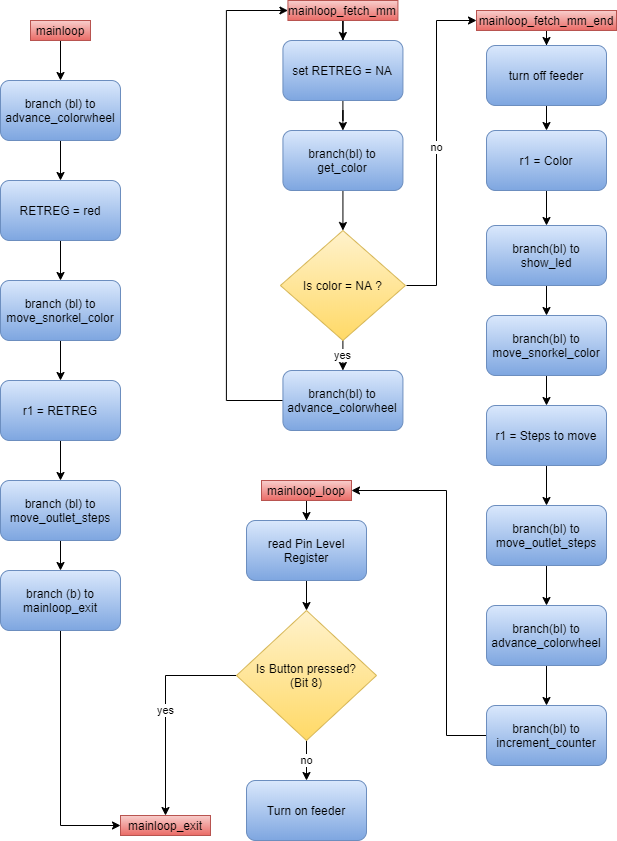
Earlier version of the draw.io export diagrams/export/Programmablauf_mainloop.png (DerToaster98/SysProgTIT18). Source tidied: cells renumbered, new cells last; positions are measured from the earlier drawing's top-left corner, leaving out a move shared by most shapes.
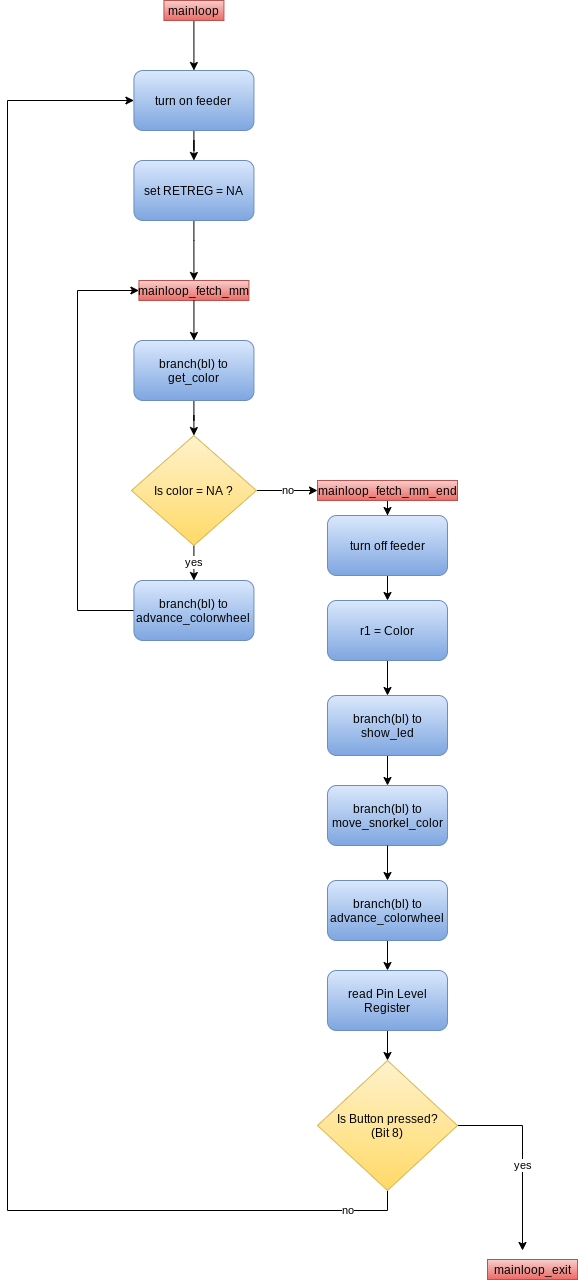
The same file after the commit.

The edit, as a diff of the source:
```diff
@@ -2,114 +2,69 @@
   <root>
     <mxCell id="0" />
     <mxCell id="1" parent="0" />
-    <mxCell id="2" style="edgeStyle=orthogonalEdgeStyle;rounded=0;jettySize=auto;html=1;exitX=0.5;exitY=1;exitDx=0;exitDy=0;" parent="1" edge="1" source="15" target="4">
-      <mxGeometry relative="1" as="geometry" />
+    <mxCell id="2" style="edgeStyle=orthogonalEdgeStyle;rounded=0;jettySize=auto;html=1;exitX=0.5;exitY=1;exitDx=0;exitDy=0;entryX=0.5;entryY=0;entryDx=0;entryDy=0;" parent="1" edge="1" source="15" target="55">
+      <mxGeometry relative="1" as="geometry">
+        <Array as="points">
+          <mxPoint x="342.4" y="-140" />
+          <mxPoint x="342.4" y="-140" />
+        </Array>
+      </mxGeometry>
     </mxCell>
-    <mxCell id="3" style="edgeStyle=orthogonalEdgeStyle;rounded=0;jettySize=auto;html=1;" parent="1" edge="1" source="4" target="6">
-      <mxGeometry relative="1" as="geometry" />
-    </mxCell>
-    <mxCell id="4" value="branch (bl) to advance_colorwheel" style="rounded=1;whiteSpace=wrap;html=1;fillColor=#dae8fc;strokeColor=#6c8ebf;gradientColor=#7ea6e0;" parent="1" vertex="1">
-      <mxGeometry y="80" width="120" height="60" as="geometry" />
-    </mxCell>
-    <mxCell id="5" style="edgeStyle=orthogonalEdgeStyle;rounded=0;jettySize=auto;html=1;" parent="1" edge="1" source="6" target="8">
-      <mxGeometry relative="1" as="geometry" />
-    </mxCell>
-    <mxCell id="6" value="RETREG = red" style="rounded=1;whiteSpace=wrap;html=1;fillColor=#dae8fc;strokeColor=#6c8ebf;gradientColor=#7ea6e0;" parent="1" vertex="1">
-      <mxGeometry y="180" width="120" height="60" as="geometry" />
-    </mxCell>
-    <mxCell id="7" style="edgeStyle=orthogonalEdgeStyle;rounded=0;jettySize=auto;html=1;" parent="1" edge="1" source="8" target="10">
-      <mxGeometry relative="1" as="geometry" />
-    </mxCell>
-    <mxCell id="8" value="branch (bl) to&lt;br&gt;move_snorkel_color" style="rounded=1;whiteSpace=wrap;html=1;fillColor=#dae8fc;strokeColor=#6c8ebf;gradientColor=#7ea6e0;" parent="1" vertex="1">
-      <mxGeometry y="280" width="120" height="60" as="geometry" />
-    </mxCell>
-    <mxCell id="9" style="edgeStyle=orthogonalEdgeStyle;rounded=0;jettySize=auto;html=1;" parent="1" edge="1" source="10" target="12">
-      <mxGeometry relative="1" as="geometry" />
-    </mxCell>
-    <mxCell id="10" value="r1 = RETREG" style="rounded=1;whiteSpace=wrap;html=1;fillColor=#dae8fc;strokeColor=#6c8ebf;gradientColor=#7ea6e0;" parent="1" vertex="1">
-      <mxGeometry y="380" width="120" height="60" as="geometry" />
-    </mxCell>
-    <mxCell id="11" style="edgeStyle=orthogonalEdgeStyle;rounded=0;jettySize=auto;html=1;" parent="1" edge="1" source="12" target="14">
-      <mxGeometry relative="1" as="geometry" />
-    </mxCell>
-    <mxCell id="12" value="branch (bl) to move_outlet_steps" style="rounded=1;whiteSpace=wrap;html=1;fillColor=#dae8fc;strokeColor=#6c8ebf;gradientColor=#7ea6e0;" parent="1" vertex="1">
-      <mxGeometry y="480" width="120" height="60" as="geometry" />
-    </mxCell>
-    <mxCell id="13" style="edgeStyle=orthogonalEdgeStyle;rounded=0;jettySize=auto;html=1;entryX=0;entryY=0.5;entryDx=0;entryDy=0;" parent="1" edge="1" source="14" target="53">
-      <mxGeometry relative="1" as="geometry" />
-    </mxCell>
-    <mxCell id="14" value="branch (b) to mainloop_exit" style="rounded=1;whiteSpace=wrap;html=1;fillColor=#dae8fc;strokeColor=#6c8ebf;gradientColor=#7ea6e0;" parent="1" vertex="1">
-      <mxGeometry y="570" width="120" height="60" as="geometry" />
-    </mxCell>
     <mxCell id="15" value="mainloop" style="text;html=1;strokeColor=#b85450;fillColor=#f8cecc;align=center;verticalAlign=middle;whiteSpace=wrap;rounded=0;gradientColor=#ea6b66;" parent="1" vertex="1">
-      <mxGeometry x="30" y="20" width="60" height="20" as="geometry" />
+      <mxGeometry x="312.4" y="-210" width="60" height="20" as="geometry" />
     </mxCell>
-    <mxCell id="16" style="edgeStyle=orthogonalEdgeStyle;rounded=0;jettySize=auto;html=1;" parent="1" edge="1" source="17" target="19">
-      <mxGeometry relative="1" as="geometry" />
-    </mxCell>
-    <mxCell id="17" value="mainloop_loop" style="text;html=1;strokeColor=#b85450;fillColor=#f8cecc;align=center;verticalAlign=middle;whiteSpace=wrap;rounded=0;gradientColor=#ea6b66;" parent="1" vertex="1">
-      <mxGeometry x="261" y="480" width="90" height="20" as="geometry" />
-    </mxCell>
     <mxCell id="18" style="edgeStyle=orthogonalEdgeStyle;rounded=0;jettySize=auto;html=1;" parent="1" edge="1" source="19" target="22">
       <mxGeometry relative="1" as="geometry" />
     </mxCell>
     <mxCell id="19" value="read Pin Level Register" style="rounded=1;whiteSpace=wrap;html=1;gradientColor=#7ea6e0;fillColor=#dae8fc;strokeColor=#6c8ebf;" parent="1" vertex="1">
-      <mxGeometry x="246" y="520" width="120" height="60" as="geometry" />
+      <mxGeometry x="476" y="760" width="120" height="60" as="geometry" />
     </mxCell>
-    <mxCell id="20" value="no" style="edgeStyle=orthogonalEdgeStyle;rounded=0;jettySize=auto;html=1;" parent="1" edge="1" source="22" target="23">
-      <mxGeometry relative="1" as="geometry" />
+    <mxCell id="20" value="no" style="edgeStyle=orthogonalEdgeStyle;rounded=0;jettySize=auto;html=1;entryX=0;entryY=0.5;entryDx=0;entryDy=0;" parent="1" edge="1" source="22" target="55">
+      <mxGeometry x="-0.93" relative="1" as="geometry">
+        <Array as="points">
+          <mxPoint x="536" y="1000" />
+          <mxPoint x="156" y="1000" />
+          <mxPoint x="156" y="-110" />
+        </Array>
+      </mxGeometry>
     </mxCell>
-    <mxCell id="21" value="yes" style="edgeStyle=orthogonalEdgeStyle;rounded=0;jettySize=auto;html=1;entryX=0.5;entryY=0;entryDx=0;entryDy=0;" parent="1" edge="1" source="22" target="53">
-      <mxGeometry relative="1" as="geometry">
+    <mxCell id="21" value="yes" style="edgeStyle=orthogonalEdgeStyle;rounded=0;jettySize=auto;html=1;entryX=0.5;entryY=0;entryDx=0;entryDy=0;exitX=1;exitY=0.5;exitDx=0;exitDy=0;" parent="1" edge="1" source="22">
+      <mxGeometry x="0.11" relative="1" as="geometry">
+        <mxPoint x="671" y="1040" as="targetPoint" />
         <Array as="points">
-          <mxPoint x="165" y="675" />
+          <mxPoint x="671" y="915" />
         </Array>
       </mxGeometry>
     </mxCell>
     <mxCell id="22" value="Is Button pressed?&lt;br&gt;(Bit 8)" style="rhombus;whiteSpace=wrap;html=1;gradientColor=#ffd966;fillColor=#fff2cc;strokeColor=#d6b656;" parent="1" vertex="1">
-      <mxGeometry x="236" y="610" width="140" height="130" as="geometry" />
+      <mxGeometry x="466" y="850" width="140" height="130" as="geometry" />
     </mxCell>
-    <mxCell id="23" value="Turn on feeder" style="rounded=1;whiteSpace=wrap;html=1;gradientColor=#7ea6e0;fillColor=#dae8fc;strokeColor=#6c8ebf;" parent="1" vertex="1">
-      <mxGeometry x="246" y="780" width="120" height="60" as="geometry" />
-    </mxCell>
-    <mxCell id="24" style="edgeStyle=orthogonalEdgeStyle;rounded=0;jettySize=auto;html=1;" parent="1" edge="1" source="25" target="27">
-      <mxGeometry relative="1" as="geometry" />
-    </mxCell>
     <mxCell id="25" value="mainloop_fetch_mm" style="text;html=1;strokeColor=#b85450;fillColor=#f8cecc;align=center;verticalAlign=middle;whiteSpace=wrap;rounded=0;gradientColor=#ea6b66;" parent="1" vertex="1">
-      <mxGeometry x="287.4" width="110" height="20" as="geometry" />
+      <mxGeometry x="287.4" y="70" width="110" height="20" as="geometry" />
     </mxCell>
-    <mxCell id="26" style="edgeStyle=orthogonalEdgeStyle;rounded=0;jettySize=auto;html=1;" parent="1" edge="1" source="27" target="29">
+    <mxCell id="26" style="edgeStyle=orthogonalEdgeStyle;rounded=0;jettySize=auto;html=1;exitX=0.5;exitY=1;exitDx=0;exitDy=0;" parent="1" edge="1" source="25" target="29">
       <mxGeometry relative="1" as="geometry" />
     </mxCell>
-    <mxCell id="27" value="set RETREG = NA" style="rounded=1;whiteSpace=wrap;html=1;gradientColor=#7ea6e0;fillColor=#dae8fc;strokeColor=#6c8ebf;" parent="1" vertex="1">
-      <mxGeometry x="282.4" y="40" width="120" height="60" as="geometry" />
-    </mxCell>
     <mxCell id="28" style="edgeStyle=orthogonalEdgeStyle;rounded=0;jettySize=auto;html=1;" parent="1" edge="1" source="29" target="32">
       <mxGeometry relative="1" as="geometry" />
     </mxCell>
     <mxCell id="29" value="branch(bl) to&lt;br&gt;get_color" style="rounded=1;whiteSpace=wrap;html=1;gradientColor=#7ea6e0;fillColor=#dae8fc;strokeColor=#6c8ebf;" parent="1" vertex="1">
       <mxGeometry x="282.4" y="130" width="120" height="60" as="geometry" />
     </mxCell>
-    <mxCell id="30" value="no" style="edgeStyle=orthogonalEdgeStyle;rounded=0;jettySize=auto;html=1;entryX=0;entryY=0.5;entryDx=0;entryDy=0;" parent="1" edge="1" target="36">
-      <mxGeometry relative="1" as="geometry">
-        <mxPoint x="406" y="285" as="sourcePoint" />
-        <Array as="points">
-          <mxPoint x="436" y="285" />
-          <mxPoint x="436" y="20" />
-        </Array>
-      </mxGeometry>
+    <mxCell id="30" value="no" style="edgeStyle=orthogonalEdgeStyle;rounded=0;jettySize=auto;html=1;entryX=0;entryY=0.5;entryDx=0;entryDy=0;exitX=1;exitY=0.5;exitDx=0;exitDy=0;" parent="1" edge="1" source="32" target="36">
+      <mxGeometry relative="1" as="geometry" />
     </mxCell>
     <mxCell id="31" value="yes" style="edgeStyle=orthogonalEdgeStyle;rounded=0;jettySize=auto;html=1;" parent="1" edge="1" source="32" target="34">
       <mxGeometry relative="1" as="geometry" />
     </mxCell>
     <mxCell id="32" value="Is color = NA ?" style="rhombus;whiteSpace=wrap;html=1;gradientColor=#ffd966;fillColor=#fff2cc;strokeColor=#d6b656;" parent="1" vertex="1">
-      <mxGeometry x="279.9" y="230" width="125" height="110" as="geometry" />
+      <mxGeometry x="279.9" y="225" width="125" height="110" as="geometry" />
     </mxCell>
     <mxCell id="33" style="edgeStyle=orthogonalEdgeStyle;rounded=0;jettySize=auto;html=1;entryX=0;entryY=0.5;entryDx=0;entryDy=0;" parent="1" edge="1" source="34" target="25">
       <mxGeometry relative="1" as="geometry">
         <Array as="points">
-          <mxPoint x="225.9" y="400" />
-          <mxPoint x="225.9" y="10" />
+          <mxPoint x="226" y="400" />
+          <mxPoint x="226" y="80" />
         </Array>
       </mxGeometry>
     </mxCell>
@@ -120,65 +75,57 @@
       <mxGeometry relative="1" as="geometry" />
     </mxCell>
     <mxCell id="36" value="mainloop_fetch_mm_end" style="text;html=1;strokeColor=#b85450;fillColor=#f8cecc;align=center;verticalAlign=middle;whiteSpace=wrap;rounded=0;gradientColor=#ea6b66;" parent="1" vertex="1">
-      <mxGeometry x="476" y="10" width="140" height="20" as="geometry" />
+      <mxGeometry x="466" y="270" width="140" height="20" as="geometry" />
     </mxCell>
     <mxCell id="37" style="edgeStyle=orthogonalEdgeStyle;rounded=0;jettySize=auto;html=1;" parent="1" edge="1" source="38" target="40">
       <mxGeometry relative="1" as="geometry" />
     </mxCell>
     <mxCell id="38" value="turn off feeder" style="rounded=1;whiteSpace=wrap;html=1;gradientColor=#7ea6e0;fillColor=#dae8fc;strokeColor=#6c8ebf;" parent="1" vertex="1">
-      <mxGeometry x="486" y="45" width="120" height="60" as="geometry" />
+      <mxGeometry x="476" y="305" width="120" height="60" as="geometry" />
     </mxCell>
     <mxCell id="39" style="edgeStyle=orthogonalEdgeStyle;rounded=0;jettySize=auto;html=1;" parent="1" edge="1" source="40" target="42">
       <mxGeometry relative="1" as="geometry" />
     </mxCell>
     <mxCell id="40" value="r1 = Color" style="rounded=1;whiteSpace=wrap;html=1;gradientColor=#7ea6e0;fillColor=#dae8fc;strokeColor=#6c8ebf;" parent="1" vertex="1">
-      <mxGeometry x="486" y="130" width="120" height="60" as="geometry" />
+      <mxGeometry x="476" y="390" width="120" height="60" as="geometry" />
     </mxCell>
     <mxCell id="41" style="edgeStyle=orthogonalEdgeStyle;rounded=0;jettySize=auto;html=1;" parent="1" edge="1" source="42" target="44">
       <mxGeometry relative="1" as="geometry" />
     </mxCell>
     <mxCell id="42" value="branch(bl) to show_led" style="rounded=1;whiteSpace=wrap;html=1;gradientColor=#7ea6e0;fillColor=#dae8fc;strokeColor=#6c8ebf;" parent="1" vertex="1">
-      <mxGeometry x="486" y="225" width="120" height="60" as="geometry" />
+      <mxGeometry x="476" y="485" width="120" height="60" as="geometry" />
     </mxCell>
-    <mxCell id="43" style="edgeStyle=orthogonalEdgeStyle;rounded=0;jettySize=auto;html=1;" parent="1" edge="1" source="44" target="46">
-      <mxGeometry relative="1" as="geometry" />
-    </mxCell>
     <mxCell id="44" value="branch(bl) to move_snorkel_color" style="rounded=1;whiteSpace=wrap;html=1;gradientColor=#7ea6e0;fillColor=#dae8fc;strokeColor=#6c8ebf;" parent="1" vertex="1">
-      <mxGeometry x="486" y="315" width="120" height="60" as="geometry" />
+      <mxGeometry x="476" y="575" width="120" height="60" as="geometry" />
     </mxCell>
-    <mxCell id="45" style="edgeStyle=orthogonalEdgeStyle;rounded=0;jettySize=auto;html=1;" parent="1" edge="1" source="46" target="48">
-      <mxGeometry relative="1" as="geometry" />
-    </mxCell>
-    <mxCell id="46" value="r1 = Steps to move" style="rounded=1;whiteSpace=wrap;html=1;gradientColor=#7ea6e0;fillColor=#dae8fc;strokeColor=#6c8ebf;" parent="1" vertex="1">
-      <mxGeometry x="486" y="405" width="120" height="60" as="geometry" />
-    </mxCell>
-    <mxCell id="47" style="edgeStyle=orthogonalEdgeStyle;rounded=0;jettySize=auto;html=1;" parent="1" edge="1" source="48" target="50">
+    <mxCell id="47" style="edgeStyle=orthogonalEdgeStyle;rounded=0;jettySize=auto;html=1;exitX=0.5;exitY=1;exitDx=0;exitDy=0;" parent="1" edge="1" source="44" target="50">
       <mxGeometry relative="1" as="geometry" />
     </mxCell>
-    <mxCell id="48" value="branch(bl) to move_outlet_steps" style="rounded=1;whiteSpace=wrap;html=1;gradientColor=#7ea6e0;fillColor=#dae8fc;strokeColor=#6c8ebf;" parent="1" vertex="1">
-      <mxGeometry x="486" y="505" width="120" height="60" as="geometry" />
-    </mxCell>
-    <mxCell id="49" style="edgeStyle=orthogonalEdgeStyle;rounded=0;jettySize=auto;html=1;" parent="1" edge="1" source="50" target="52">
+    <mxCell id="49" style="edgeStyle=orthogonalEdgeStyle;rounded=0;jettySize=auto;html=1;entryX=0.5;entryY=0;entryDx=0;entryDy=0;" parent="1" edge="1" source="50" target="19">
       <mxGeometry relative="1" as="geometry" />
     </mxCell>
     <mxCell id="50" value="branch(bl) to advance_colorwheel" style="rounded=1;whiteSpace=wrap;html=1;gradientColor=#7ea6e0;fillColor=#dae8fc;strokeColor=#6c8ebf;" parent="1" vertex="1">
-      <mxGeometry x="486" y="605" width="120" height="60" as="geometry" />
+      <mxGeometry x="476" y="670" width="120" height="60" as="geometry" />
     </mxCell>
-    <mxCell id="51" style="edgeStyle=orthogonalEdgeStyle;rounded=0;jettySize=auto;html=1;" parent="1" edge="1" source="52">
-      <mxGeometry relative="1" as="geometry">
-        <mxPoint x="351" y="490" as="targetPoint" />
-        <Array as="points">
-          <mxPoint x="446" y="735" />
-          <mxPoint x="446" y="490" />
-          <mxPoint x="351" y="490" />
-        </Array>
-      </mxGeometry>
-    </mxCell>
-    <mxCell id="52" value="branch(bl) to increment_counter" style="rounded=1;whiteSpace=wrap;html=1;gradientColor=#7ea6e0;fillColor=#dae8fc;strokeColor=#6c8ebf;" parent="1" vertex="1">
-      <mxGeometry x="486" y="705" width="120" height="60" as="geometry" />
-    </mxCell>
     <mxCell id="53" value="mainloop_exit" style="text;html=1;strokeColor=#b85450;fillColor=#f8cecc;align=center;verticalAlign=middle;whiteSpace=wrap;rounded=0;gradientColor=#ea6b66;" parent="1" vertex="1">
-      <mxGeometry x="120" y="815" width="90" height="20" as="geometry" />
+      <mxGeometry x="636" y="1049" width="90" height="20" as="geometry" />
     </mxCell>
+    <mxCell id="54" style="edgeStyle=orthogonalEdgeStyle;rounded=0;jettySize=auto;html=1;" parent="1" edge="1" source="55" target="27">
+      <mxGeometry relative="1" as="geometry" />
+    </mxCell>
+    <mxCell id="55" value="turn on feeder" style="rounded=1;whiteSpace=wrap;html=1;gradientColor=#7ea6e0;fillColor=#dae8fc;strokeColor=#6c8ebf;" parent="1" vertex="1">
+      <mxGeometry x="282.4" y="-140" width="120" height="60" as="geometry" />
+    </mxCell>
+    <mxCell id="56" style="edgeStyle=orthogonalEdgeStyle;rounded=0;jettySize=auto;html=1;entryX=0.5;entryY=0;entryDx=0;entryDy=0;" parent="1" edge="1" source="27" target="25">
+      <mxGeometry relative="1" as="geometry">
+        <Array as="points">
+          <mxPoint x="342" y="30" />
+          <mxPoint x="342" y="30" />
+        </Array>
+      </mxGeometry>
+    </mxCell>
+    <mxCell id="27" value="set RETREG = NA" style="rounded=1;whiteSpace=wrap;html=1;gradientColor=#7ea6e0;fillColor=#dae8fc;strokeColor=#6c8ebf;" parent="1" vertex="1">
+      <mxGeometry x="282.4" y="-50" width="120" height="60" as="geometry" />
+    </mxCell>
   </root>
 </mxGraphModel>
```
